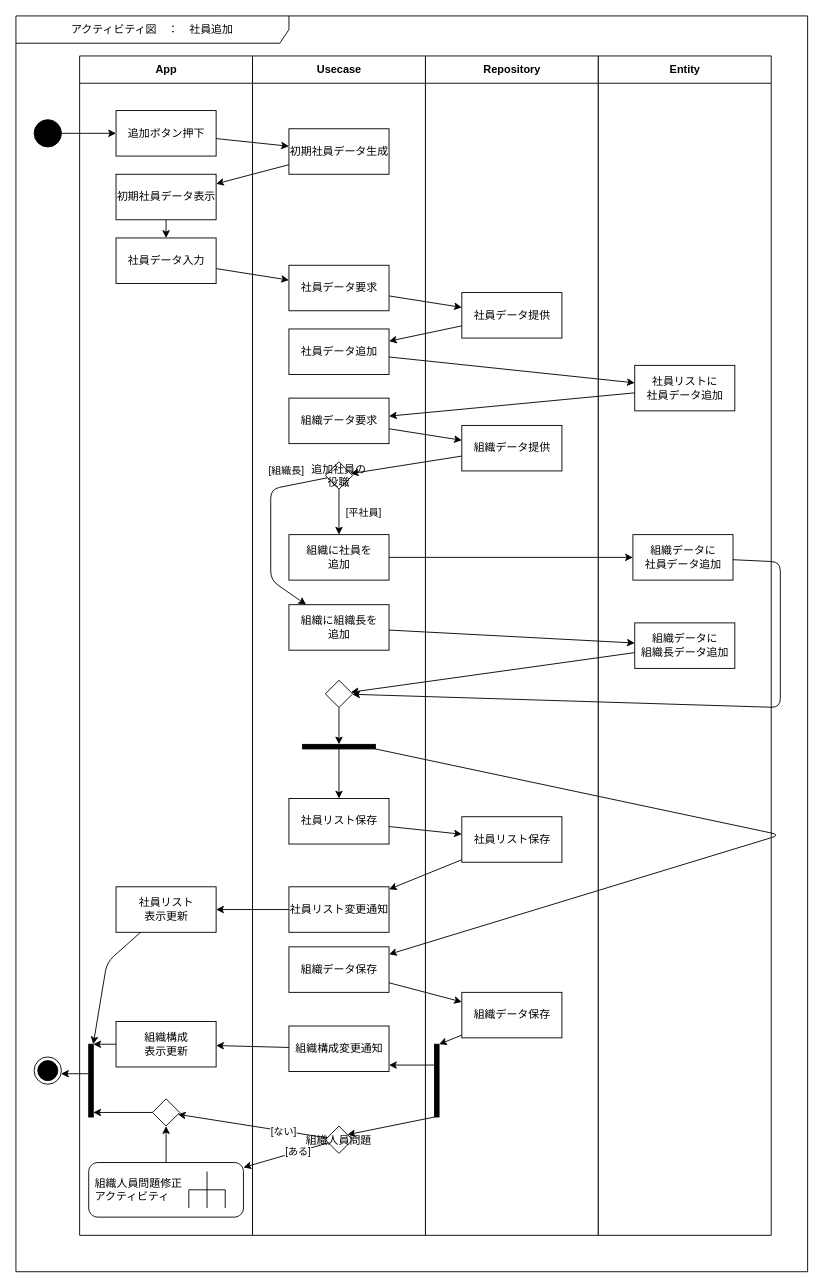
The draw.io diagram page "社員追加" (2 of 7) of Designs/アクティビティ/アクティビティ図.drawio in bosssanovar/LightMvvmSample, before the edit. Source tidied: cells renumbered, new cells numbered last; positions are measured from the earlier drawing's top-left corner, leaving out a move shared by most shapes. Both pictures are drawn from the tidied source at 91%, with x=0, y=0 at pixel (15, 15).
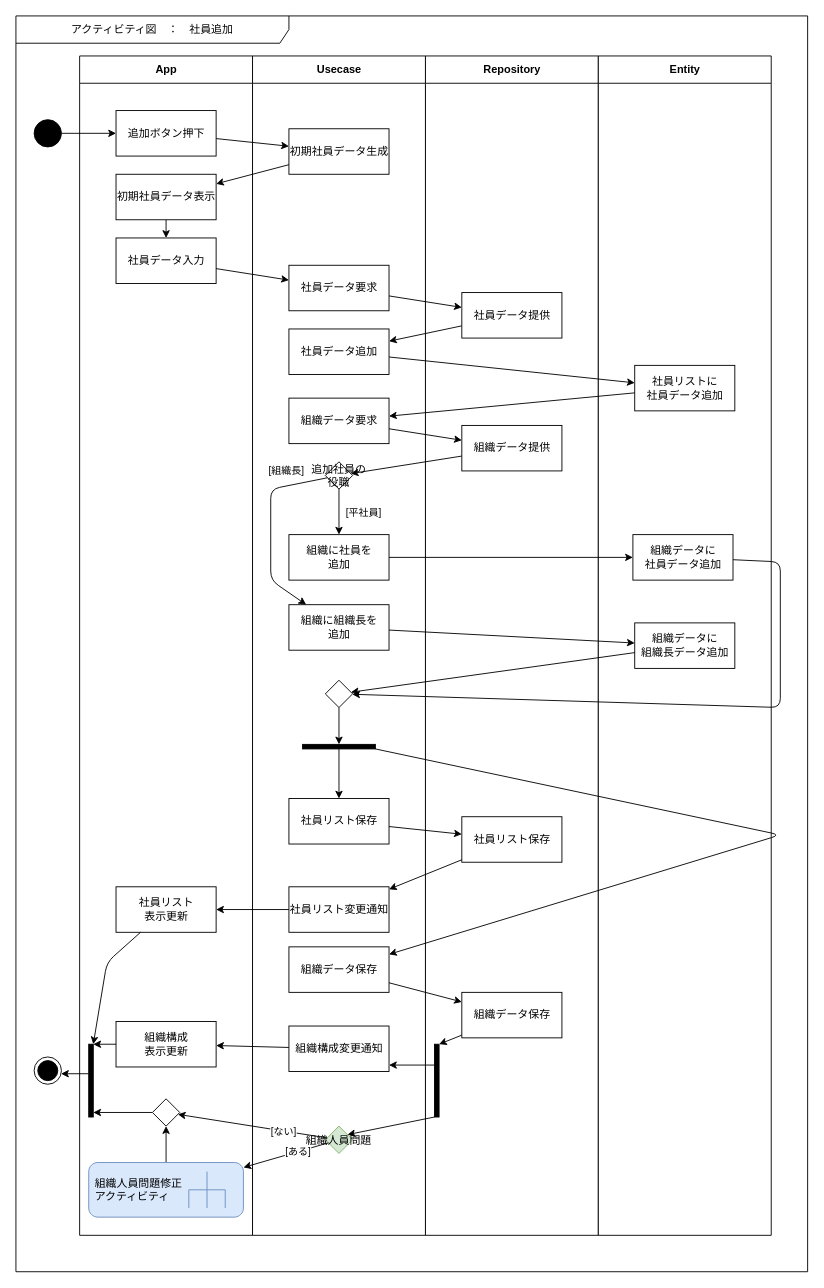
After the change.

Unchanged cells that the change refers to:
```xml
<mxCell id="12" value="App" style="swimlane;fontStyle=1;align=center;horizontal=1;startSize=30;html=1;swimlaneFillColor=#FFFFFF;" parent="1" vertex="1">
  <mxGeometry x="70" y="44" width="190" height="1296" as="geometry" />
</mxCell>
<mxCell id="24" value="Usecase" style="swimlane;fontStyle=1;align=center;horizontal=1;startSize=30;html=1;swimlaneFillColor=#FFFFFF;" parent="1" vertex="1">
  <mxGeometry x="260" y="44" width="190" height="1296" as="geometry" />
</mxCell>
```

Change to the diagram source:
```diff
@@
-    <mxCell id="19" value="組織人員問題修正&lt;br&gt;アクティビティ" style="shape=mxgraph.uml25.behaviorAction;html=1;rounded=1;absoluteArcSize=1;arcSize=10;align=left;spacingLeft=5;" parent="12" vertex="1">
+    <mxCell id="19" value="組織人員問題修正&lt;br&gt;アクティビティ" style="shape=mxgraph.uml25.behaviorAction;html=1;rounded=1;absoluteArcSize=1;arcSize=10;align=left;spacingLeft=5;fillColor=#dae8fc;strokeColor=#6c8ebf;" parent="12" vertex="1">
       <mxGeometry x="10" y="1216" width="170" height="60" as="geometry" />
     </mxCell>
@@
-    <mxCell id="43" value="組織人員問題" style="rhombus;" parent="24" vertex="1">
+    <mxCell id="43" value="組織人員問題" style="rhombus;fillColor=#d5e8d4;strokeColor=#82b366;" parent="24" vertex="1">
       <mxGeometry x="80" y="1176" width="30" height="30" as="geometry" />
     </mxCell>
```
